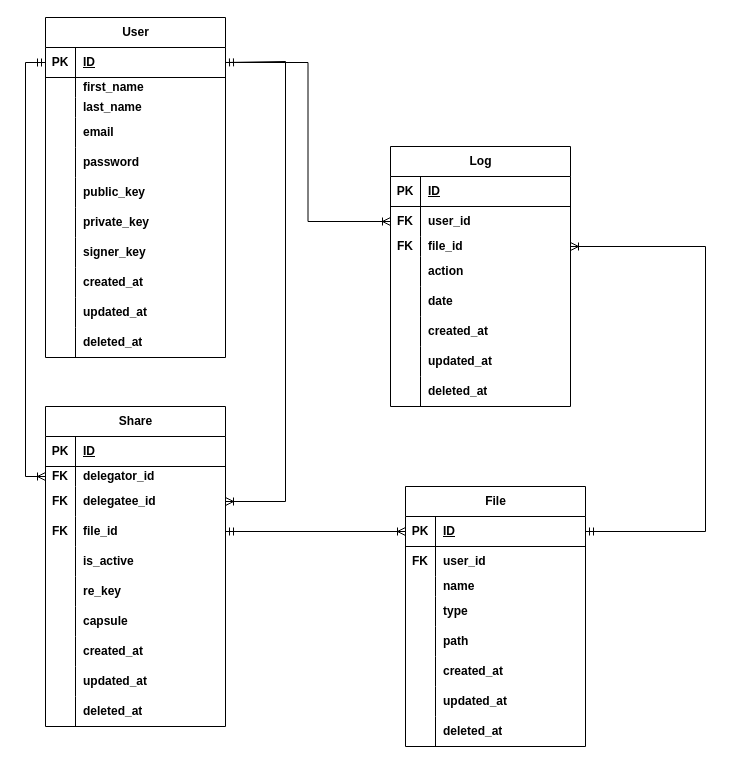
Above: doc/database.drawio in myagmartseren/pre (draw.io), before the change. Source tidied: cells renumbered, new cells numbered last; positions are measured from the earlier drawing's top-left corner, leaving out a move shared by most shapes. Both pictures are drawn from the tidied source at 100%, with x=0, y=0 at pixel (45, 17).
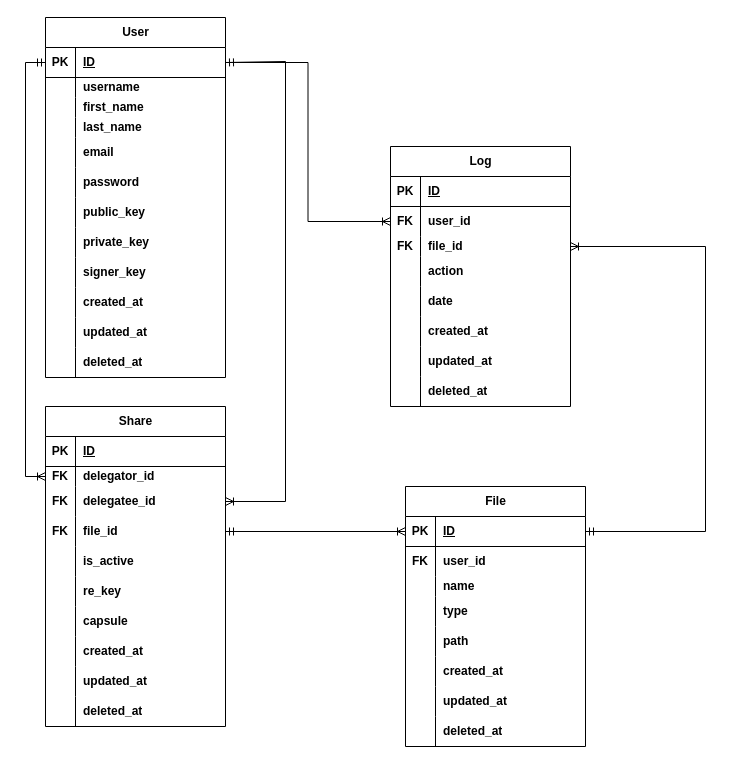
The same diagram, later.

Unchanged cells that the change refers to:
```xml
<mxCell id="62" style="shape=tableRow;horizontal=0;startSize=0;swimlaneHead=0;swimlaneBody=0;fillColor=none;top=0;left=0;right=0;bottom=0;" parent="58" vertex="1">
  <mxGeometry y="60" width="180" height="20" as="geometry" />
</mxCell>
```

The edit, as a diff of the source:
```diff
@@
     <mxCell id="58" value="&lt;b&gt;User&lt;/b&gt;" style="shape=table;startSize=30;childLayout=tableLayout;rowLines=0;fontStyle=0;align=center;html=1;" parent="1" vertex="1">
-      <mxGeometry width="180" height="340" as="geometry" />
+      <mxGeometry width="180" height="360" as="geometry" />
     </mxCell>
@@
-    <mxCell id="64" value="&lt;b&gt;first_name&lt;/b&gt;" style="shape=partialRectangle;fillColor=none;top=0;left=0;bottom=0;right=0;align=left;spacingLeft=6;overflow=hidden;whiteSpace=wrap;html=1;" parent="62" vertex="1">
+    <mxCell id="64" value="&lt;b&gt;username&lt;/b&gt;" style="shape=partialRectangle;fillColor=none;top=0;left=0;bottom=0;right=0;align=left;spacingLeft=6;overflow=hidden;whiteSpace=wrap;html=1;" parent="62" vertex="1">
       <mxGeometry x="30" width="150" height="20" as="geometry" />
     </mxCell>
+    <mxCell id="122" style="shape=tableRow;horizontal=0;startSize=0;swimlaneHead=0;swimlaneBody=0;fillColor=none;top=0;left=0;right=0;bottom=0;" parent="58" vertex="1">
+      <mxGeometry y="80" width="180" height="20" as="geometry" />
+    </mxCell>
+    <mxCell id="123" style="shape=partialRectangle;fillColor=none;top=0;left=0;bottom=0;right=0;overflow=hidden;whiteSpace=wrap;html=1;" parent="122" vertex="1">
+      <mxGeometry width="30" height="20" as="geometry" />
+    </mxCell>
+    <mxCell id="124" value="&lt;b&gt;first_name&lt;/b&gt;" style="shape=partialRectangle;fillColor=none;top=0;left=0;bottom=0;right=0;align=left;spacingLeft=6;overflow=hidden;whiteSpace=wrap;html=1;" parent="122" vertex="1">
+      <mxGeometry x="30" width="150" height="20" as="geometry" />
+    </mxCell>
     <mxCell id="65" style="shape=tableRow;horizontal=0;startSize=0;swimlaneHead=0;swimlaneBody=0;fillColor=none;top=0;left=0;right=0;bottom=0;" parent="58" vertex="1">
-      <mxGeometry y="80" width="180" height="20" as="geometry" />
+      <mxGeometry y="100" width="180" height="20" as="geometry" />
     </mxCell>
@@
     <mxCell id="68" style="shape=tableRow;horizontal=0;startSize=0;swimlaneHead=0;swimlaneBody=0;fillColor=none;top=0;left=0;right=0;bottom=0;" parent="58" vertex="1">
-      <mxGeometry y="100" width="180" height="30" as="geometry" />
+      <mxGeometry y="120" width="180" height="30" as="geometry" />
     </mxCell>
@@
     <mxCell id="71" style="shape=tableRow;horizontal=0;startSize=0;swimlaneHead=0;swimlaneBody=0;fillColor=none;top=0;left=0;right=0;bottom=0;" parent="58" vertex="1">
-      <mxGeometry y="130" width="180" height="30" as="geometry" />
+      <mxGeometry y="150" width="180" height="30" as="geometry" />
     </mxCell>
@@
     <mxCell id="74" style="shape=tableRow;horizontal=0;startSize=0;swimlaneHead=0;swimlaneBody=0;fillColor=none;top=0;left=0;right=0;bottom=0;" parent="58" vertex="1">
-      <mxGeometry y="160" width="180" height="30" as="geometry" />
+      <mxGeometry y="180" width="180" height="30" as="geometry" />
     </mxCell>
@@
     <mxCell id="77" style="shape=tableRow;horizontal=0;startSize=0;swimlaneHead=0;swimlaneBody=0;fillColor=none;top=0;left=0;right=0;bottom=0;" parent="58" vertex="1">
-      <mxGeometry y="190" width="180" height="30" as="geometry" />
+      <mxGeometry y="210" width="180" height="30" as="geometry" />
     </mxCell>
@@
     <mxCell id="80" style="shape=tableRow;horizontal=0;startSize=0;swimlaneHead=0;swimlaneBody=0;fillColor=none;top=0;left=0;right=0;bottom=0;" parent="58" vertex="1">
-      <mxGeometry y="220" width="180" height="30" as="geometry" />
+      <mxGeometry y="240" width="180" height="30" as="geometry" />
     </mxCell>
@@
     <mxCell id="83" style="shape=tableRow;horizontal=0;startSize=0;swimlaneHead=0;swimlaneBody=0;fillColor=none;top=0;left=0;right=0;bottom=0;" parent="58" vertex="1">
-      <mxGeometry y="250" width="180" height="30" as="geometry" />
+      <mxGeometry y="270" width="180" height="30" as="geometry" />
     </mxCell>
@@
     <mxCell id="86" style="shape=tableRow;horizontal=0;startSize=0;swimlaneHead=0;swimlaneBody=0;fillColor=none;top=0;left=0;right=0;bottom=0;" parent="58" vertex="1">
-      <mxGeometry y="280" width="180" height="30" as="geometry" />
+      <mxGeometry y="300" width="180" height="30" as="geometry" />
     </mxCell>
@@
     <mxCell id="89" style="shape=tableRow;horizontal=0;startSize=0;swimlaneHead=0;swimlaneBody=0;fillColor=none;top=0;left=0;right=0;bottom=0;" parent="58" vertex="1">
-      <mxGeometry y="310" width="180" height="30" as="geometry" />
+      <mxGeometry y="330" width="180" height="30" as="geometry" />
     </mxCell>
```
